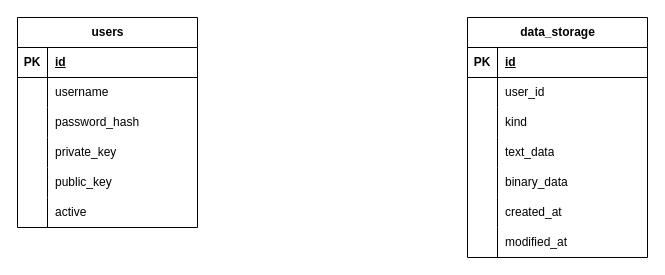
Above: documentation/goph-keeper_db_diagram.drawio in ElfAstAhe/goph-keeper (draw.io), before the change. Source tidied: cells renumbered, new cells numbered last; positions are measured from the earlier drawing's top-left corner, leaving out a move shared by most shapes. Both pictures are drawn from the tidied source at 100%, with x=0, y=0 at pixel (17, 17).
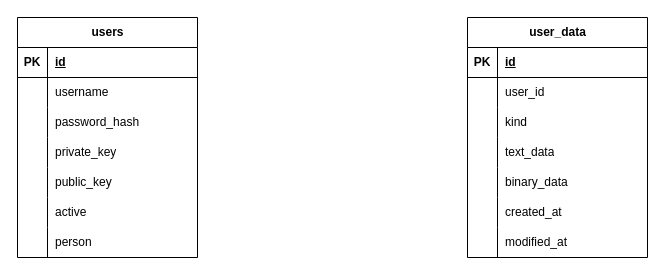
After the change.

What changed in the source:
```diff
@@
     <mxCell id="2" value="users" style="shape=table;startSize=30;childLayout=tableLayout;rowLines=0;fontStyle=1;align=center;html=1;" parent="1" vertex="1">
-      <mxGeometry width="180" height="210" as="geometry" />
+      <mxGeometry width="180" height="240" as="geometry" />
     </mxCell>
@@
+    <mxCell id="43" style="shape=tableRow;horizontal=0;startSize=0;swimlaneHead=0;swimlaneBody=0;fillColor=none;top=0;left=0;right=0;bottom=0;" parent="2" vertex="1">
+      <mxGeometry y="210" width="180" height="30" as="geometry" />
+    </mxCell>
+    <mxCell id="44" style="shape=partialRectangle;fillColor=none;top=0;left=0;bottom=0;right=0;overflow=hidden;whiteSpace=wrap;html=1;" parent="43" vertex="1">
+      <mxGeometry width="30" height="30" as="geometry" />
+    </mxCell>
+    <mxCell id="45" value="person" style="shape=partialRectangle;fillColor=none;top=0;left=0;bottom=0;right=0;align=left;spacingLeft=6;overflow=hidden;whiteSpace=wrap;html=1;" parent="43" vertex="1">
+      <mxGeometry x="30" width="150" height="30" as="geometry" />
+    </mxCell>
-    <mxCell id="21" value="data_storage" style="shape=table;startSize=30;childLayout=tableLayout;rowLines=0;fontStyle=1;align=center;html=1;" parent="1" vertex="1">
+    <mxCell id="21" value="user_data" style="shape=table;startSize=30;childLayout=tableLayout;rowLines=0;fontStyle=1;align=center;html=1;" parent="1" vertex="1">
       <mxGeometry x="450" width="180" height="240" as="geometry" />
     </mxCell>
```
